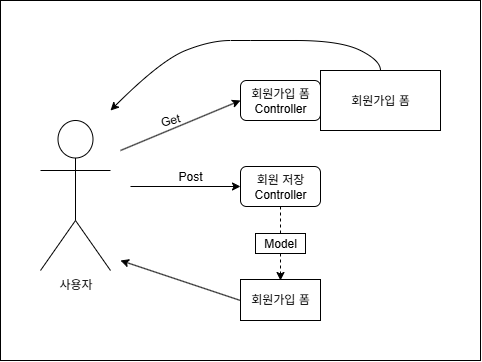
The draw.io diagram assets/notes/Board_Validation.png in CheatIsKey/portfolio, before a commit. Source tidied: cells renumbered, new cells last; positions are measured from the earlier drawing's top-left corner, leaving out a move shared by most shapes.
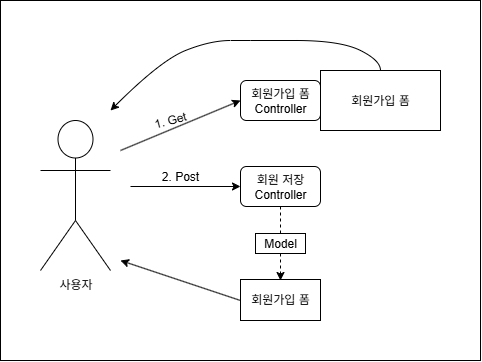
After the change.

Commit message:
Board_Validation.png이 수정되었습니다.

The edit, as a diff of the source:
```diff
@@ -16,7 +16,7 @@
     <mxCell id="5" value="회원가입 폼&lt;br&gt;&lt;div&gt;Controller&lt;/div&gt;" style="rounded=1;whiteSpace=wrap;html=1;" parent="1" vertex="1">
       <mxGeometry x="240" y="80" width="80" height="40" as="geometry" />
     </mxCell>
-    <mxCell id="6" value="Get" style="text;html=1;align=center;verticalAlign=middle;whiteSpace=wrap;rounded=0;rotation=-15;" parent="1" vertex="1">
+    <mxCell id="6" value="1. Get" style="text;html=1;align=center;verticalAlign=middle;whiteSpace=wrap;rounded=0;rotation=-15;" parent="1" vertex="1">
       <mxGeometry x="140" y="110" width="60" height="20" as="geometry" />
     </mxCell>
     <mxCell id="7" value="회원가입 폼" style="rounded=0;whiteSpace=wrap;html=1;" parent="1" vertex="1">
@@ -43,8 +43,8 @@
     <mxCell id="10" value="회원 저장&lt;div&gt;Controller&lt;/div&gt;" style="rounded=1;whiteSpace=wrap;html=1;" parent="1" vertex="1">
       <mxGeometry x="240" y="166" width="80" height="40" as="geometry" />
     </mxCell>
-    <mxCell id="11" value="Post" style="text;html=1;align=center;verticalAlign=middle;whiteSpace=wrap;rounded=0;" parent="1" vertex="1">
-      <mxGeometry x="160" y="166" width="60" height="20" as="geometry" />
+    <mxCell id="11" value="2. Post" style="text;html=1;align=center;verticalAlign=middle;whiteSpace=wrap;rounded=0;" parent="1" vertex="1">
+      <mxGeometry x="150" y="166" width="60" height="20" as="geometry" />
     </mxCell>
     <mxCell id="12" style="endArrow=none;html=1;rounded=0;entryX=0;entryY=0.5;entryDx=0;entryDy=0;endFill=0;startArrow=classic;startFill=1;" parent="1" edge="1">
       <mxGeometry relative="1" as="geometry">
```
